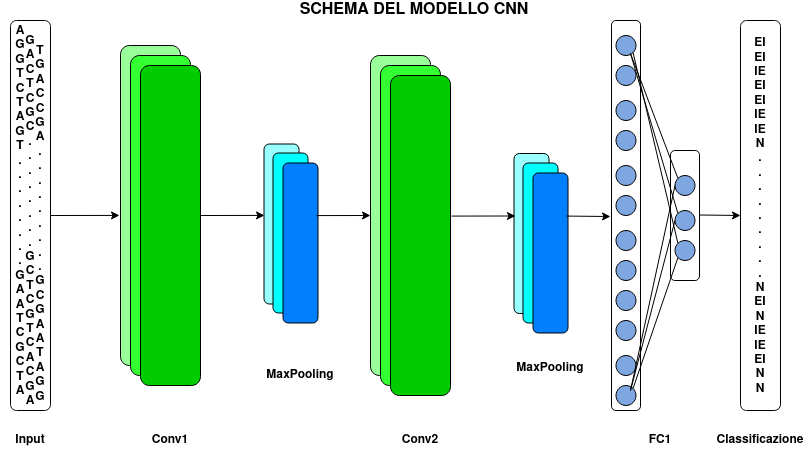
This is Images/schemaCNN.png from Brando-code/recognition-splice-junction, a draw.io export, as it was before one commit. Source tidied: cells renumbered, new cells last; positions are measured from the earlier drawing's top-left corner, leaving out a move shared by most shapes.
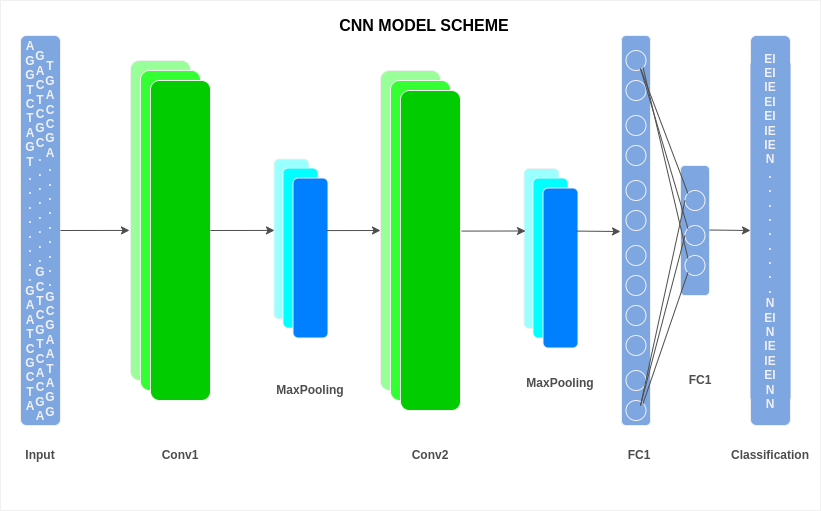
The same file after the commit.

What changed in the source:
```diff
@@ -2,10 +2,13 @@
   <root>
     <mxCell id="0" />
     <mxCell id="1" parent="0" />
+    <mxCell id="57" style="rounded=0;whiteSpace=wrap;html=1;fillColor=#FFFFFF;" parent="1" vertex="1">
+      <mxGeometry x="-10" y="-15" width="820" height="510" as="geometry" />
+    </mxCell>
     <mxCell id="2" style="rounded=1;whiteSpace=wrap;html=1;rotation=-90;fillColor=#99FFFF;" parent="1" vertex="1">
       <mxGeometry x="451" y="215.5" width="160" height="35" as="geometry" />
     </mxCell>
-    <mxCell id="3" style="rounded=1;whiteSpace=wrap;html=1;" parent="1" vertex="1">
+    <mxCell id="3" style="rounded=1;whiteSpace=wrap;html=1;fillColor=#7EA6E0;" parent="1" vertex="1">
       <mxGeometry x="10" y="20" width="40" height="390" as="geometry" />
     </mxCell>
     <mxCell id="4" style="rounded=1;whiteSpace=wrap;html=1;fillColor=#99FF99;" parent="1" vertex="1">
@@ -41,13 +44,13 @@
     <mxCell id="14" style="rounded=1;whiteSpace=wrap;html=1;rotation=-90;fillColor=#007FFF;" parent="1" vertex="1">
       <mxGeometry x="470" y="235" width="160" height="35" as="geometry" />
     </mxCell>
-    <mxCell id="15" style="rounded=1;whiteSpace=wrap;html=1;" parent="1" vertex="1">
+    <mxCell id="15" style="rounded=1;whiteSpace=wrap;html=1;fillColor=#7EA6E0;" parent="1" vertex="1">
       <mxGeometry x="611" y="20" width="29" height="390" as="geometry" />
     </mxCell>
-    <mxCell id="16" style="rounded=1;whiteSpace=wrap;html=1;" parent="1" vertex="1">
+    <mxCell id="16" style="rounded=1;whiteSpace=wrap;html=1;fillColor=#7EA6E0;" parent="1" vertex="1">
       <mxGeometry x="670" y="150" width="29" height="130" as="geometry" />
     </mxCell>
-    <mxCell id="17" style="rounded=1;whiteSpace=wrap;html=1;" parent="1" vertex="1">
+    <mxCell id="17" style="rounded=1;whiteSpace=wrap;html=1;fillColor=#7EA6E0;" parent="1" vertex="1">
       <mxGeometry x="740" y="20" width="40" height="390" as="geometry" />
     </mxCell>
     <mxCell id="18" style="ellipse;whiteSpace=wrap;html=1;fillColor=#7EA6E0;" parent="1" vertex="1">
@@ -98,12 +101,12 @@
     <mxCell id="33" value="&lt;div&gt;&lt;b&gt;A&lt;/b&gt;&lt;/div&gt;&lt;div&gt;&lt;b&gt;G&lt;/b&gt;&lt;/div&gt;&lt;div&gt;&lt;b&gt;G&lt;/b&gt;&lt;/div&gt;&lt;div&gt;&lt;b&gt;T&lt;/b&gt;&lt;/div&gt;&lt;div&gt;&lt;b&gt;C&lt;/b&gt;&lt;/div&gt;&lt;div&gt;&lt;b&gt;T&lt;/b&gt;&lt;/div&gt;&lt;div&gt;&lt;b&gt;A&lt;/b&gt;&lt;/div&gt;&lt;div&gt;&lt;b&gt;G&lt;/b&gt;&lt;/div&gt;&lt;div&gt;&lt;b&gt;T&lt;/b&gt;&lt;/div&gt;&lt;div&gt;&lt;b&gt;.&lt;/b&gt;&lt;/div&gt;&lt;div&gt;&lt;b&gt;.&lt;/b&gt;&lt;/div&gt;&lt;div&gt;&lt;b&gt;.&lt;/b&gt;&lt;/div&gt;&lt;div&gt;&lt;b&gt;.&lt;/b&gt;&lt;/div&gt;&lt;div&gt;&lt;b&gt;.&lt;/b&gt;&lt;/div&gt;&lt;div&gt;&lt;b&gt;.&lt;/b&gt;&lt;/div&gt;&lt;div&gt;&lt;b&gt;.&lt;/b&gt;&lt;/div&gt;&lt;div&gt;&lt;b&gt;.&lt;/b&gt;&lt;/div&gt;&lt;div&gt;&lt;b&gt;G&lt;/b&gt;&lt;/div&gt;&lt;div&gt;&lt;b&gt;A&lt;/b&gt;&lt;/div&gt;&lt;div&gt;&lt;b&gt;A&lt;/b&gt;&lt;/div&gt;&lt;div&gt;&lt;b&gt;T&lt;/b&gt;&lt;/div&gt;&lt;div&gt;&lt;b&gt;C&lt;/b&gt;&lt;/div&gt;&lt;div&gt;&lt;b&gt;G&lt;/b&gt;&lt;/div&gt;&lt;div&gt;&lt;b&gt;C&lt;/b&gt;&lt;/div&gt;&lt;div&gt;&lt;b&gt;T&lt;/b&gt;&lt;/div&gt;&lt;div&gt;&lt;b&gt;A&lt;/b&gt;&lt;/div&gt;" style="text;html=1;strokeColor=none;fillColor=none;align=center;verticalAlign=middle;whiteSpace=wrap;rounded=0;" parent="1" vertex="1">
       <mxGeometry y="43" width="40" height="335" as="geometry" />
     </mxCell>
-    <mxCell id="34" style="endArrow=classic;html=1;entryX=-0.017;entryY=0.531;entryDx=0;entryDy=0;entryPerimeter=0;" parent="1" edge="1" target="4">
+    <mxCell id="34" style="endArrow=classic;html=1;entryX=-0.017;entryY=0.531;entryDx=0;entryDy=0;entryPerimeter=0;strokeColor=#4D4D4D;" parent="1" edge="1" target="4">
       <mxGeometry relative="1" as="geometry">
         <mxPoint x="50" y="215" as="sourcePoint" />
       </mxGeometry>
     </mxCell>
-    <mxCell id="35" style="endArrow=classic;html=1;entryX=-0.017;entryY=0.531;entryDx=0;entryDy=0;entryPerimeter=0;" parent="1" edge="1">
+    <mxCell id="35" style="endArrow=classic;html=1;entryX=-0.017;entryY=0.531;entryDx=0;entryDy=0;entryPerimeter=0;strokeColor=#4D4D4D;" parent="1" edge="1">
       <mxGeometry relative="1" as="geometry">
         <mxPoint x="200" y="215" as="sourcePoint" />
         <mxPoint x="264" y="214.9" as="targetPoint" />
@@ -115,82 +118,85 @@
     <mxCell id="37" value="&lt;div&gt;&lt;b&gt;T&lt;br&gt;&lt;/b&gt;&lt;/div&gt;&lt;div&gt;&lt;b&gt;G&lt;/b&gt;&lt;/div&gt;&lt;div&gt;&lt;b&gt;A&lt;/b&gt;&lt;/div&gt;&lt;div&gt;&lt;b&gt;C&lt;/b&gt;&lt;/div&gt;&lt;div&gt;&lt;b&gt;C&lt;/b&gt;&lt;/div&gt;&lt;div&gt;&lt;b&gt;G&lt;/b&gt;&lt;/div&gt;&lt;div&gt;&lt;b&gt;A&lt;/b&gt;&lt;/div&gt;&lt;div&gt;&lt;b&gt;.&lt;/b&gt;&lt;/div&gt;&lt;div&gt;&lt;b&gt;.&lt;/b&gt;&lt;/div&gt;&lt;div&gt;&lt;b&gt;.&lt;/b&gt;&lt;/div&gt;&lt;div&gt;&lt;b&gt;.&lt;/b&gt;&lt;/div&gt;&lt;div&gt;&lt;b&gt;.&lt;/b&gt;&lt;/div&gt;&lt;div&gt;&lt;b&gt;.&lt;/b&gt;&lt;/div&gt;&lt;div&gt;&lt;b&gt;.&lt;/b&gt;&lt;/div&gt;&lt;div&gt;&lt;b&gt;.&lt;/b&gt;&lt;/div&gt;&lt;div&gt;&lt;b&gt;.&lt;/b&gt;&lt;/div&gt;&lt;div&gt;&lt;b&gt;G&lt;/b&gt;&lt;/div&gt;&lt;div&gt;&lt;b&gt;C&lt;/b&gt;&lt;/div&gt;&lt;div&gt;&lt;b&gt;G&lt;/b&gt;&lt;/div&gt;&lt;div&gt;&lt;b&gt;A&lt;/b&gt;&lt;/div&gt;&lt;div&gt;&lt;b&gt;A&lt;/b&gt;&lt;/div&gt;&lt;div&gt;&lt;b&gt;T&lt;/b&gt;&lt;/div&gt;&lt;div&gt;&lt;b&gt;A&lt;/b&gt;&lt;/div&gt;&lt;div&gt;&lt;b&gt;G&lt;/b&gt;&lt;/div&gt;&lt;div&gt;&lt;b&gt;G&lt;/b&gt;&lt;/div&gt;&lt;div&gt;&lt;b&gt;&lt;br&gt;&lt;/b&gt;&lt;/div&gt;" style="text;html=1;strokeColor=none;fillColor=none;align=center;verticalAlign=middle;whiteSpace=wrap;rounded=0;" parent="1" vertex="1">
       <mxGeometry x="20" y="63" width="40" height="335" as="geometry" />
     </mxCell>
-    <mxCell id="38" style="endArrow=classic;html=1;" parent="1" edge="1">
+    <mxCell id="38" style="endArrow=classic;html=1;strokeColor=#4D4D4D;" parent="1" edge="1">
       <mxGeometry relative="1" as="geometry">
         <mxPoint x="316" y="215.1" as="sourcePoint" />
         <mxPoint x="370" y="215" as="targetPoint" />
       </mxGeometry>
     </mxCell>
-    <mxCell id="39" style="endArrow=classic;html=1;entryX=-0.017;entryY=0.531;entryDx=0;entryDy=0;entryPerimeter=0;" parent="1" edge="1">
+    <mxCell id="39" style="endArrow=classic;html=1;entryX=-0.017;entryY=0.531;entryDx=0;entryDy=0;entryPerimeter=0;strokeColor=#4D4D4D;" parent="1" edge="1">
       <mxGeometry relative="1" as="geometry">
         <mxPoint x="451" y="215.6" as="sourcePoint" />
         <mxPoint x="515" y="215.5" as="targetPoint" />
       </mxGeometry>
     </mxCell>
-    <mxCell id="40" style="endArrow=classic;html=1;" parent="1" edge="1">
+    <mxCell id="40" style="endArrow=classic;html=1;strokeColor=#4D4D4D;" parent="1" edge="1">
       <mxGeometry relative="1" as="geometry">
         <mxPoint x="566" y="215.6" as="sourcePoint" />
         <mxPoint x="610" y="216" as="targetPoint" />
       </mxGeometry>
     </mxCell>
-    <mxCell id="41" style="endArrow=none;html=1;entryX=0;entryY=0;entryDx=0;entryDy=0;" parent="1" edge="1" target="30">
+    <mxCell id="41" style="endArrow=none;html=1;entryX=0;entryY=0;entryDx=0;entryDy=0;fontColor=#4D4D4D;strokeColor=#4D4D4D;" parent="1" edge="1" target="30">
       <mxGeometry relative="1" as="geometry">
         <mxPoint x="630" y="53" as="sourcePoint" />
       </mxGeometry>
     </mxCell>
-    <mxCell id="42" style="endArrow=none;html=1;entryX=0;entryY=0;entryDx=0;entryDy=0;" parent="1" edge="1" target="31">
+    <mxCell id="42" style="endArrow=none;html=1;entryX=0;entryY=0;entryDx=0;entryDy=0;fontColor=#4D4D4D;strokeColor=#4D4D4D;" parent="1" edge="1" target="31">
       <mxGeometry relative="1" as="geometry">
         <mxPoint x="630" y="53" as="sourcePoint" />
       </mxGeometry>
     </mxCell>
-    <mxCell id="43" style="endArrow=none;html=1;entryX=0;entryY=0;entryDx=0;entryDy=0;exitX=1;exitY=1;exitDx=0;exitDy=0;" parent="1" edge="1" source="18" target="32">
+    <mxCell id="43" style="endArrow=none;html=1;entryX=0;entryY=0;entryDx=0;entryDy=0;exitX=1;exitY=1;exitDx=0;exitDy=0;fontColor=#4D4D4D;strokeColor=#4D4D4D;" parent="1" edge="1" source="18" target="32">
       <mxGeometry relative="1" as="geometry" />
     </mxCell>
-    <mxCell id="44" style="endArrow=none;html=1;entryX=0;entryY=1;entryDx=0;entryDy=0;exitX=1;exitY=0;exitDx=0;exitDy=0;" parent="1" edge="1" source="29" target="32">
+    <mxCell id="44" style="endArrow=none;html=1;entryX=0;entryY=1;entryDx=0;entryDy=0;exitX=1;exitY=0;exitDx=0;exitDy=0;strokeColor=#4D4D4D;" parent="1" edge="1" source="29" target="32">
       <mxGeometry relative="1" as="geometry" />
     </mxCell>
-    <mxCell id="45" style="endArrow=none;html=1;entryX=0;entryY=0.5;entryDx=0;entryDy=0;" parent="1" edge="1" target="31">
+    <mxCell id="45" style="endArrow=none;html=1;entryX=0;entryY=0.5;entryDx=0;entryDy=0;strokeColor=#4D4D4D;" parent="1" edge="1" target="31">
       <mxGeometry relative="1" as="geometry">
         <mxPoint x="630" y="390" as="sourcePoint" />
       </mxGeometry>
     </mxCell>
-    <mxCell id="46" style="endArrow=none;html=1;entryX=0;entryY=0.5;entryDx=0;entryDy=0;" parent="1" edge="1" target="30">
+    <mxCell id="46" style="endArrow=none;html=1;entryX=0;entryY=0.5;entryDx=0;entryDy=0;strokeColor=#4D4D4D;" parent="1" edge="1" target="30">
       <mxGeometry relative="1" as="geometry">
         <mxPoint x="630" y="390" as="sourcePoint" />
       </mxGeometry>
     </mxCell>
-    <mxCell id="47" style="endArrow=classic;html=1;" parent="1" edge="1">
+    <mxCell id="47" style="endArrow=classic;html=1;strokeColor=#4D4D4D;" parent="1" edge="1">
       <mxGeometry relative="1" as="geometry">
         <mxPoint x="699" y="214.5" as="sourcePoint" />
         <mxPoint x="740" y="215" as="targetPoint" />
       </mxGeometry>
     </mxCell>
-    <mxCell id="48" value="&lt;div&gt;&lt;b&gt;EI&lt;/b&gt;&lt;/div&gt;&lt;div&gt;&lt;b&gt;EI&lt;/b&gt;&lt;/div&gt;&lt;div&gt;&lt;b&gt;IE&lt;/b&gt;&lt;/div&gt;&lt;div&gt;&lt;b&gt;EI&lt;/b&gt;&lt;/div&gt;&lt;div&gt;&lt;b&gt;EI&lt;/b&gt;&lt;/div&gt;&lt;div&gt;&lt;b&gt;IE&lt;/b&gt;&lt;/div&gt;&lt;div&gt;&lt;b&gt;IE&lt;/b&gt;&lt;/div&gt;&lt;div&gt;&lt;b&gt;N&lt;/b&gt;&lt;/div&gt;&lt;div&gt;&lt;b&gt;.&lt;/b&gt;&lt;/div&gt;&lt;div&gt;&lt;b&gt;.&lt;/b&gt;&lt;/div&gt;&lt;div&gt;&lt;b&gt;.&lt;/b&gt;&lt;/div&gt;&lt;div&gt;&lt;b&gt;.&lt;/b&gt;&lt;/div&gt;&lt;div&gt;&lt;b&gt;.&lt;/b&gt;&lt;/div&gt;&lt;div&gt;&lt;b&gt;.&lt;/b&gt;&lt;/div&gt;&lt;div&gt;&lt;b&gt;.&lt;/b&gt;&lt;/div&gt;&lt;div&gt;&lt;b&gt;.&lt;/b&gt;&lt;/div&gt;&lt;div&gt;&lt;b&gt;.&lt;/b&gt;&lt;/div&gt;&lt;div&gt;&lt;b&gt;N&lt;/b&gt;&lt;/div&gt;&lt;div&gt;&lt;b&gt;EI&lt;/b&gt;&lt;/div&gt;&lt;div&gt;&lt;b&gt;N&lt;/b&gt;&lt;/div&gt;&lt;div&gt;&lt;b&gt;IE&lt;/b&gt;&lt;/div&gt;&lt;div&gt;&lt;b&gt;IE&lt;/b&gt;&lt;/div&gt;&lt;div&gt;&lt;b&gt;EI&lt;/b&gt;&lt;/div&gt;&lt;div&gt;&lt;b&gt;N&lt;/b&gt;&lt;/div&gt;&lt;div&gt;&lt;b&gt;N&lt;br&gt;&lt;/b&gt;&lt;/div&gt;" style="text;html=1;strokeColor=none;fillColor=none;align=center;verticalAlign=middle;whiteSpace=wrap;rounded=0;" parent="1" vertex="1">
+    <mxCell id="48" value="&lt;div&gt;&lt;b&gt;EI&lt;/b&gt;&lt;/div&gt;&lt;div&gt;&lt;b&gt;EI&lt;/b&gt;&lt;/div&gt;&lt;div&gt;&lt;b&gt;IE&lt;/b&gt;&lt;/div&gt;&lt;div&gt;&lt;b&gt;EI&lt;/b&gt;&lt;/div&gt;&lt;div&gt;&lt;b&gt;EI&lt;/b&gt;&lt;/div&gt;&lt;div&gt;&lt;b&gt;IE&lt;/b&gt;&lt;/div&gt;&lt;div&gt;&lt;b&gt;IE&lt;/b&gt;&lt;/div&gt;&lt;div&gt;&lt;b&gt;N&lt;/b&gt;&lt;/div&gt;&lt;div&gt;&lt;b&gt;.&lt;/b&gt;&lt;/div&gt;&lt;div&gt;&lt;b&gt;.&lt;/b&gt;&lt;/div&gt;&lt;div&gt;&lt;b&gt;.&lt;/b&gt;&lt;/div&gt;&lt;div&gt;&lt;b&gt;.&lt;/b&gt;&lt;/div&gt;&lt;div&gt;&lt;b&gt;.&lt;/b&gt;&lt;/div&gt;&lt;div&gt;&lt;b&gt;.&lt;/b&gt;&lt;/div&gt;&lt;div&gt;&lt;b&gt;.&lt;/b&gt;&lt;/div&gt;&lt;div&gt;&lt;b&gt;.&lt;/b&gt;&lt;/div&gt;&lt;div&gt;&lt;b&gt;.&lt;/b&gt;&lt;/div&gt;&lt;div&gt;&lt;b&gt;N&lt;/b&gt;&lt;/div&gt;&lt;div&gt;&lt;b&gt;EI&lt;/b&gt;&lt;/div&gt;&lt;div&gt;&lt;b&gt;N&lt;/b&gt;&lt;/div&gt;&lt;div&gt;&lt;b&gt;IE&lt;/b&gt;&lt;/div&gt;&lt;div&gt;&lt;b&gt;IE&lt;/b&gt;&lt;/div&gt;&lt;div&gt;&lt;b&gt;EI&lt;/b&gt;&lt;/div&gt;&lt;div&gt;&lt;b&gt;N&lt;/b&gt;&lt;/div&gt;&lt;div&gt;&lt;b&gt;N&lt;br&gt;&lt;/b&gt;&lt;/div&gt;" style="text;html=1;strokeColor=none;fillColor=#7EA6E0;align=center;verticalAlign=middle;whiteSpace=wrap;rounded=0;" parent="1" vertex="1">
       <mxGeometry x="740" y="48" width="40" height="335" as="geometry" />
     </mxCell>
-    <mxCell id="49" value="&lt;b&gt;Input&lt;/b&gt;" style="text;html=1;strokeColor=none;fillColor=none;align=center;verticalAlign=middle;whiteSpace=wrap;rounded=0;" parent="1" vertex="1">
+    <mxCell id="49" value="&lt;b&gt;&lt;font color=&quot;#4d4d4d&quot;&gt;Input&lt;/font&gt;&lt;/b&gt;" style="text;html=1;strokeColor=#FFFFFF;fillColor=none;align=center;verticalAlign=middle;whiteSpace=wrap;rounded=0;" parent="1" vertex="1">
       <mxGeometry x="10" y="430" width="40" height="20" as="geometry" />
     </mxCell>
-    <mxCell id="50" value="&lt;b&gt;Conv1&lt;/b&gt;" style="text;html=1;strokeColor=none;fillColor=none;align=center;verticalAlign=middle;whiteSpace=wrap;rounded=0;" parent="1" vertex="1">
+    <mxCell id="50" value="&lt;b&gt;Conv1&lt;/b&gt;" style="text;html=1;strokeColor=#FFFFFF;fillColor=none;align=center;verticalAlign=middle;whiteSpace=wrap;rounded=0;fontColor=#4D4D4D;" parent="1" vertex="1">
       <mxGeometry x="150" y="430" width="40" height="20" as="geometry" />
     </mxCell>
-    <mxCell id="51" value="&lt;b&gt;MaxPooling&lt;/b&gt;" style="text;html=1;strokeColor=none;fillColor=none;align=center;verticalAlign=middle;whiteSpace=wrap;rounded=0;" parent="1" vertex="1">
+    <mxCell id="51" value="&lt;b&gt;MaxPooling&lt;/b&gt;" style="text;html=1;strokeColor=#FFFFFF;fillColor=none;align=center;verticalAlign=middle;whiteSpace=wrap;rounded=0;fontColor=#4D4D4D;" parent="1" vertex="1">
       <mxGeometry x="280" y="365" width="40" height="20" as="geometry" />
     </mxCell>
-    <mxCell id="52" value="&lt;b&gt;Conv2&lt;/b&gt;" style="text;html=1;strokeColor=none;fillColor=none;align=center;verticalAlign=middle;whiteSpace=wrap;rounded=0;" parent="1" vertex="1">
+    <mxCell id="52" value="&lt;b&gt;Conv2&lt;/b&gt;" style="text;html=1;strokeColor=#FFFFFF;fillColor=none;align=center;verticalAlign=middle;whiteSpace=wrap;rounded=0;fontColor=#4D4D4D;" parent="1" vertex="1">
       <mxGeometry x="400" y="430" width="40" height="20" as="geometry" />
     </mxCell>
-    <mxCell id="53" value="&lt;b&gt;MaxPooling&lt;/b&gt;" style="text;html=1;strokeColor=none;fillColor=none;align=center;verticalAlign=middle;whiteSpace=wrap;rounded=0;" parent="1" vertex="1">
+    <mxCell id="53" value="&lt;b&gt;MaxPooling&lt;/b&gt;" style="text;html=1;strokeColor=#FFFFFF;fillColor=none;align=center;verticalAlign=middle;whiteSpace=wrap;rounded=0;fontColor=#4D4D4D;" parent="1" vertex="1">
       <mxGeometry x="530" y="358" width="40" height="20" as="geometry" />
     </mxCell>
-    <mxCell id="54" value="&lt;b&gt;FC1&lt;/b&gt;" style="text;html=1;strokeColor=none;fillColor=none;align=center;verticalAlign=middle;whiteSpace=wrap;rounded=0;" parent="1" vertex="1">
-      <mxGeometry x="640" y="430" width="40" height="20" as="geometry" />
+    <mxCell id="54" value="&lt;b&gt;FC1&lt;/b&gt;" style="text;html=1;strokeColor=#FFFFFF;fillColor=none;align=center;verticalAlign=middle;whiteSpace=wrap;rounded=0;fontColor=#4D4D4D;" parent="1" vertex="1">
+      <mxGeometry x="609" y="430" width="40" height="20" as="geometry" />
     </mxCell>
-    <mxCell id="55" value="&lt;b&gt;Classificazione&lt;/b&gt;" style="text;html=1;strokeColor=none;fillColor=none;align=center;verticalAlign=middle;whiteSpace=wrap;rounded=0;" parent="1" vertex="1">
+    <mxCell id="55" value="&lt;b&gt;Classification&lt;/b&gt;" style="text;html=1;strokeColor=#FFFFFF;fillColor=none;align=center;verticalAlign=middle;whiteSpace=wrap;rounded=0;fontColor=#4D4D4D;" parent="1" vertex="1">
       <mxGeometry x="740" y="430" width="40" height="20" as="geometry" />
     </mxCell>
-    <mxCell id="56" value="&lt;font style=&quot;font-size: 16px&quot;&gt;&lt;b&gt;SCHEMA DEL MODELLO CNN&lt;/b&gt;&lt;/font&gt;" style="text;html=1;strokeColor=none;fillColor=none;align=center;verticalAlign=middle;whiteSpace=wrap;rounded=0;" parent="1" vertex="1">
+    <mxCell id="56" value="&lt;font color=&quot;#000000&quot; style=&quot;font-size: 16px&quot;&gt;&lt;b&gt;CNN MODEL SCHEME&lt;/b&gt;&lt;/font&gt;" style="text;html=1;strokeColor=none;fillColor=none;align=center;verticalAlign=middle;whiteSpace=wrap;rounded=0;" parent="1" vertex="1">
       <mxGeometry x="264" width="300" height="20" as="geometry" />
     </mxCell>
+    <mxCell id="58" value="&lt;b&gt;FC1&lt;/b&gt;" style="text;html=1;strokeColor=#FFFFFF;fillColor=none;align=center;verticalAlign=middle;whiteSpace=wrap;rounded=0;fontColor=#4D4D4D;" parent="1" vertex="1">
+      <mxGeometry x="670" y="355" width="40" height="20" as="geometry" />
+    </mxCell>
   </root>
 </mxGraphModel>
```
